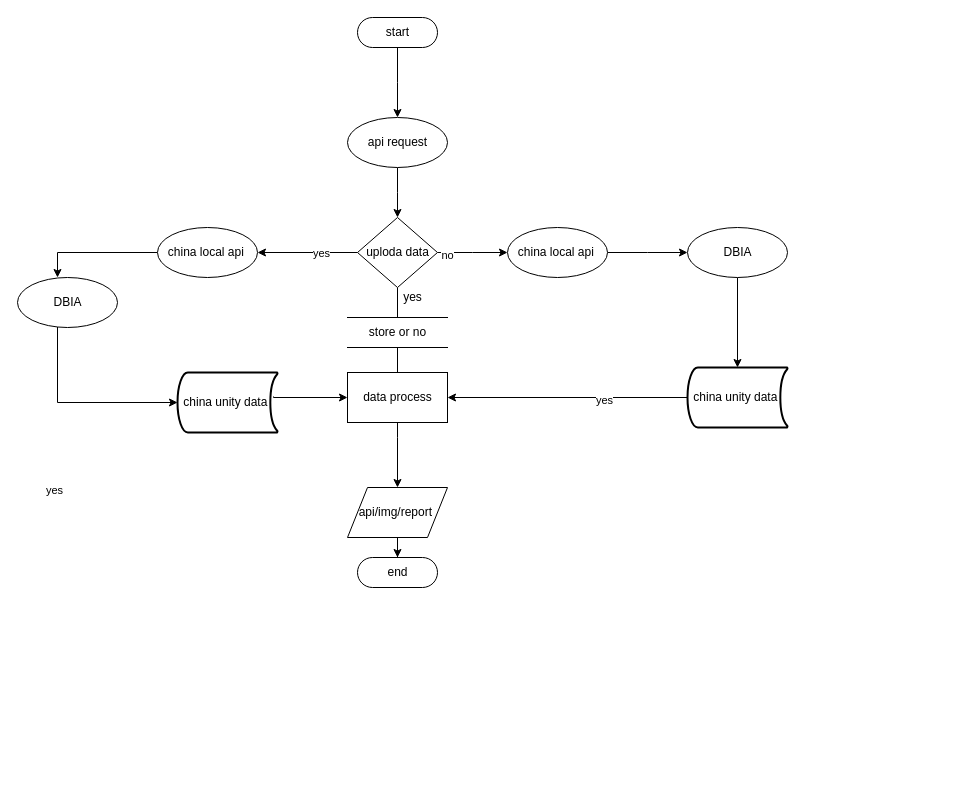
Before: data2.drawio in 780662833/file, a draw.io diagram. Source tidied: cells renumbered, new cells numbered last; positions are measured from the earlier drawing's top-left corner, leaving out a move shared by most shapes. Both pictures are drawn from the tidied source at 100%, with x=0, y=0 at pixel (17, 17).
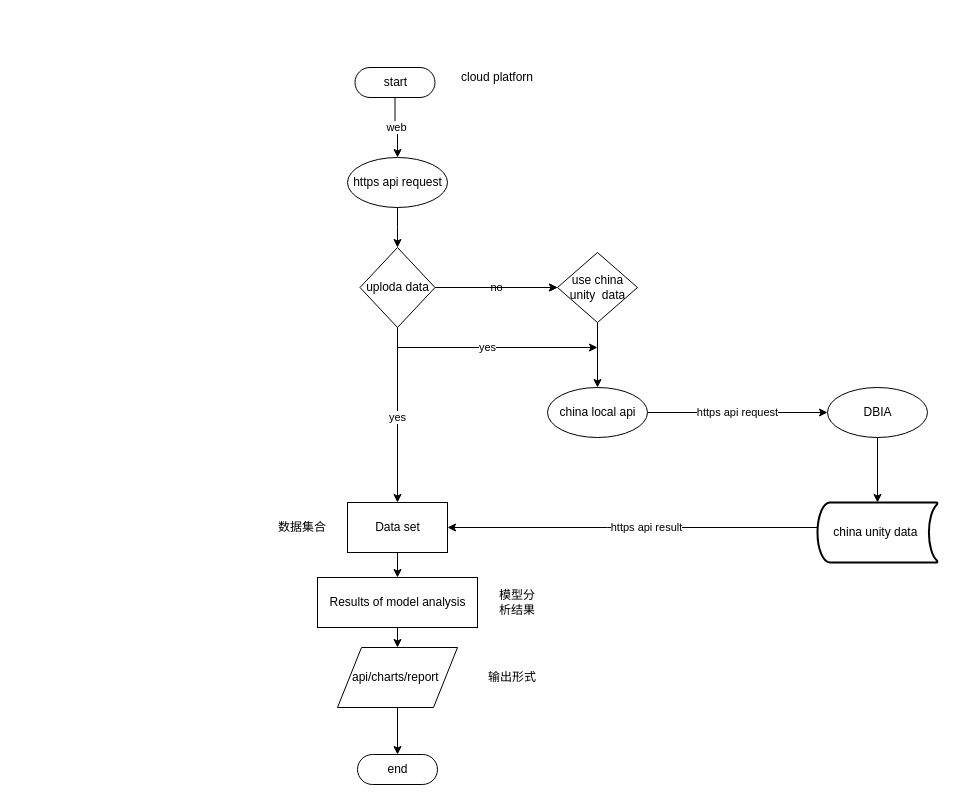
Above is the later version.

The edit, as a diff of the source:
```diff
@@
-    <mxCell id="2" style="edgeStyle=orthogonalEdgeStyle;rounded=0;jettySize=auto;html=1;" parent="1" edge="1" source="3">
-      <mxGeometry relative="1" as="geometry">
-        <mxPoint x="380" y="100" as="targetPoint" />
-      </mxGeometry>
+    <mxCell id="2" value="web" style="edgeStyle=orthogonalEdgeStyle;rounded=0;jettySize=auto;html=1;entryX=0.5;entryY=0;entryDx=0;entryDy=0;" parent="1" edge="1" source="3" target="5">
+      <mxGeometry relative="1" as="geometry" />
     </mxCell>
     <mxCell id="3" value="start" style="html=1;dashed=0;whitespace=wrap;shape=mxgraph.dfd.start;" parent="1" vertex="1">
-      <mxGeometry x="340" width="80" height="30" as="geometry" />
+      <mxGeometry x="337.5" y="50" width="80" height="30" as="geometry" />
     </mxCell>
-    <mxCell id="4" style="edgeStyle=orthogonalEdgeStyle;rounded=0;jettySize=auto;html=1;" parent="1" edge="1" source="5">
-      <mxGeometry relative="1" as="geometry">
-        <mxPoint x="380" y="200" as="targetPoint" />
-      </mxGeometry>
-    </mxCell>
+    <mxCell id="33" style="edgeStyle=orthogonalEdgeStyle;rounded=0;jettySize=auto;html=1;" parent="1" edge="1" source="5">
+      <mxGeometry relative="1" as="geometry">
+        <mxPoint x="380" y="230" as="targetPoint" />
+      </mxGeometry>
+    </mxCell>
-    <mxCell id="5" value="api request" style="shape=ellipse;html=1;dashed=0;whitespace=wrap;perimeter=ellipsePerimeter;" parent="1" vertex="1">
-      <mxGeometry x="330" y="100" width="100" height="50" as="geometry" />
+    <mxCell id="5" value="https api request" style="shape=ellipse;html=1;dashed=0;whitespace=wrap;perimeter=ellipsePerimeter;" parent="1" vertex="1">
+      <mxGeometry x="330" y="140" width="100" height="50" as="geometry" />
     </mxCell>
-    <mxCell id="6" style="edgeStyle=orthogonalEdgeStyle;rounded=0;jettySize=auto;html=1;" parent="1" edge="1" source="11">
-      <mxGeometry relative="1" as="geometry">
-        <mxPoint x="380" y="390" as="targetPoint" />
-      </mxGeometry>
-    </mxCell>
-    <mxCell id="7" style="edgeStyle=orthogonalEdgeStyle;rounded=0;jettySize=auto;html=1;" parent="1" edge="1" source="11">
-      <mxGeometry relative="1" as="geometry">
-        <mxPoint x="490" y="235" as="targetPoint" />
-      </mxGeometry>
-    </mxCell>
-    <mxCell id="8" value="no" style="edgeLabel;html=1;align=center;verticalAlign=middle;" parent="7" vertex="1">
-      <mxGeometry x="-0.74" y="-2" relative="1" as="geometry" />
+    <mxCell id="8" value="no" style="edgeStyle=orthogonalEdgeStyle;rounded=0;jettySize=auto;html=1;" parent="1" edge="1" source="11" target="40">
+      <mxGeometry relative="1" as="geometry">
+        <Array as="points">
+          <mxPoint x="440" y="270" />
+          <mxPoint x="440" y="270" />
+        </Array>
+      </mxGeometry>
     </mxCell>
-    <mxCell id="9" style="edgeStyle=orthogonalEdgeStyle;rounded=0;jettySize=auto;html=1;" parent="1" edge="1" source="11" target="26">
-      <mxGeometry relative="1" as="geometry" />
-    </mxCell>
-    <mxCell id="10" value="yes" style="edgeLabel;html=1;align=center;verticalAlign=middle;" parent="9" vertex="1">
-      <mxGeometry x="-0.26" relative="1" as="geometry" />
-    </mxCell>
+    <mxCell id="34" value="yes" style="edgeStyle=orthogonalEdgeStyle;rounded=0;jettySize=auto;html=1;entryX=0.5;entryY=0;entryDx=0;entryDy=0;" parent="1" edge="1" source="11" target="21">
+      <mxGeometry x="0.03" relative="1" as="geometry" />
+    </mxCell>
+    <mxCell id="35" value="yes" style="edgeStyle=orthogonalEdgeStyle;rounded=0;jettySize=auto;html=1;" parent="1" edge="1" source="11">
+      <mxGeometry relative="1" as="geometry">
+        <mxPoint x="580" y="330" as="targetPoint" />
+        <Array as="points">
+          <mxPoint x="380" y="330" />
+        </Array>
+      </mxGeometry>
+    </mxCell>
+    <mxCell id="36" style="edgeStyle=orthogonalEdgeStyle;rounded=0;jettySize=auto;html=1;" parent="1" edge="1" source="11" target="40">
+      <mxGeometry relative="1" as="geometry" />
+    </mxCell>
-    <mxCell id="11" value="uploda data" style="shape=rhombus;html=1;dashed=0;whitespace=wrap;perimeter=rhombusPerimeter;" parent="1" vertex="1">
-      <mxGeometry x="340" y="200" width="80" height="70" as="geometry" />
+    <mxCell id="11" value="uploda data" style="shape=rhombus;html=1;dashed=0;whitespace=wrap;perimeter=rhombusPerimeter;direction=south;" parent="1" vertex="1">
+      <mxGeometry x="342.5" y="230" width="75" height="80" as="geometry" />
     </mxCell>
-    <mxCell id="12" value="yes" style="text;html=1;align=center;verticalAlign=middle;" parent="1" vertex="1">
-      <mxGeometry x="380" y="270" width="30" height="20" as="geometry" />
-    </mxCell>
-    <mxCell id="13" style="edgeStyle=orthogonalEdgeStyle;rounded=0;jettySize=auto;html=1;" parent="1" edge="1" source="14">
-      <mxGeometry relative="1" as="geometry">
-        <mxPoint x="670" y="235" as="targetPoint" />
-      </mxGeometry>
-    </mxCell>
-    <mxCell id="14" value="china local api&amp;nbsp;" style="shape=ellipse;html=1;dashed=0;whitespace=wrap;perimeter=ellipsePerimeter;" parent="1" vertex="1">
-      <mxGeometry x="490" y="210" width="100" height="50" as="geometry" />
-    </mxCell>
@@
     <mxCell id="16" value="DBIA" style="shape=ellipse;html=1;dashed=0;whitespace=wrap;perimeter=ellipsePerimeter;" parent="1" vertex="1">
-      <mxGeometry x="670" y="210" width="100" height="50" as="geometry" />
+      <mxGeometry x="810" y="370" width="100" height="50" as="geometry" />
     </mxCell>
-    <mxCell id="17" style="edgeStyle=orthogonalEdgeStyle;rounded=0;jettySize=auto;html=1;entryX=1;entryY=0.5;entryDx=0;entryDy=0;" parent="1" edge="1" source="19" target="21">
-      <mxGeometry relative="1" as="geometry" />
+    <mxCell id="17" value="https api result" style="edgeStyle=orthogonalEdgeStyle;rounded=0;jettySize=auto;html=1;" parent="1" edge="1" source="19" target="21">
+      <mxGeometry x="0.03" y="-20" relative="1" as="geometry">
+        <Array as="points">
+          <mxPoint x="590" y="510" />
+          <mxPoint x="590" y="510" />
+        </Array>
+        <mxPoint x="20" y="20" as="offset" />
+      </mxGeometry>
     </mxCell>
-    <mxCell id="18" value="yes" style="edgeLabel;html=1;align=center;verticalAlign=middle;" parent="17" vertex="1">
-      <mxGeometry x="-0.3" y="2" relative="1" as="geometry" />
-    </mxCell>
     <mxCell id="19" value="china unity data&amp;nbsp;" style="strokeWidth=2;html=1;shape=mxgraph.flowchart.stored_data;whiteSpace=wrap;" parent="1" vertex="1">
-      <mxGeometry x="670" y="350" width="100" height="60" as="geometry" />
+      <mxGeometry x="800" y="485" width="120" height="60" as="geometry" />
     </mxCell>
-    <mxCell id="20" style="edgeStyle=orthogonalEdgeStyle;rounded=0;jettySize=auto;html=1;" parent="1" edge="1" source="21">
-      <mxGeometry relative="1" as="geometry">
-        <mxPoint x="380" y="470" as="targetPoint" />
-        <Array as="points">
-          <mxPoint x="380" y="420" />
-          <mxPoint x="380" y="420" />
-        </Array>
-      </mxGeometry>
-    </mxCell>
+    <mxCell id="37" style="edgeStyle=orthogonalEdgeStyle;rounded=0;jettySize=auto;html=1;" parent="1" edge="1" source="21">
+      <mxGeometry relative="1" as="geometry">
+        <mxPoint x="380" y="560" as="targetPoint" />
+      </mxGeometry>
+    </mxCell>
-    <mxCell id="21" value="data process" style="html=1;dashed=0;whitespace=wrap;" parent="1" vertex="1">
-      <mxGeometry x="330" y="355" width="100" height="50" as="geometry" />
+    <mxCell id="21" value="Data set" style="html=1;dashed=0;whitespace=wrap;" parent="1" vertex="1">
+      <mxGeometry x="330" y="485" width="100" height="50" as="geometry" />
     </mxCell>
     <mxCell id="22" style="edgeStyle=orthogonalEdgeStyle;rounded=0;jettySize=auto;html=1;entryX=0.5;entryY=0.5;entryDx=0;entryDy=-15;entryPerimeter=0;" parent="1" edge="1" source="23" target="24">
-      <mxGeometry relative="1" as="geometry" />
+      <mxGeometry relative="1" as="geometry">
+        <Array as="points">
+          <mxPoint x="380" y="690" />
+        </Array>
+      </mxGeometry>
     </mxCell>
-    <mxCell id="23" value="api/img/report&amp;nbsp;" style="shape=parallelogram;perimeter=parallelogramPerimeter;whiteSpace=wrap;html=1;dashed=0;" parent="1" vertex="1">
-      <mxGeometry x="330" y="470" width="100" height="50" as="geometry" />
+    <mxCell id="23" value="api/charts/report&amp;nbsp;" style="shape=parallelogram;perimeter=parallelogramPerimeter;whiteSpace=wrap;html=1;dashed=0;" parent="1" vertex="1">
+      <mxGeometry x="320" y="630" width="120" height="60" as="geometry" />
     </mxCell>
     <mxCell id="24" value="end" style="html=1;dashed=0;whitespace=wrap;shape=mxgraph.dfd.start;" parent="1" vertex="1">
-      <mxGeometry x="340" y="540" width="80" height="30" as="geometry" />
+      <mxGeometry x="340" y="737" width="80" height="30" as="geometry" />
     </mxCell>
-    <mxCell id="25" style="edgeStyle=orthogonalEdgeStyle;rounded=0;jettySize=auto;html=1;entryX=0.4;entryY=0;entryDx=0;entryDy=0;entryPerimeter=0;" parent="1" edge="1" source="26" target="28">
-      <mxGeometry relative="1" as="geometry" />
-    </mxCell>
-    <mxCell id="26" value="china local api&amp;nbsp;" style="shape=ellipse;html=1;dashed=0;whitespace=wrap;perimeter=ellipsePerimeter;" parent="1" vertex="1">
-      <mxGeometry x="140" y="210" width="100" height="50" as="geometry" />
-    </mxCell>
-    <mxCell id="27" style="edgeStyle=orthogonalEdgeStyle;rounded=0;jettySize=auto;html=1;entryX=0;entryY=0.5;entryDx=0;entryDy=0;entryPerimeter=0;" parent="1" edge="1" source="28" target="31">
-      <mxGeometry relative="1" as="geometry">
-        <Array as="points">
-          <mxPoint x="40" y="385" />
-        </Array>
-      </mxGeometry>
-    </mxCell>
-    <mxCell id="28" value="DBIA" style="shape=ellipse;html=1;dashed=0;whitespace=wrap;perimeter=ellipsePerimeter;" parent="1" vertex="1">
-      <mxGeometry y="260" width="100" height="50" as="geometry" />
-    </mxCell>
-    <mxCell id="29" value="yes" style="edgeLabel;html=1;align=center;verticalAlign=middle;" parent="1" vertex="1">
-      <mxGeometry x="36" y="472" as="geometry" />
-    </mxCell>
-    <mxCell id="30" style="edgeStyle=orthogonalEdgeStyle;rounded=0;jettySize=auto;html=1;exitX=0.96;exitY=0.4;exitDx=0;exitDy=0;exitPerimeter=0;entryX=0;entryY=0.5;entryDx=0;entryDy=0;" parent="1" edge="1" source="31" target="21">
-      <mxGeometry relative="1" as="geometry">
-        <Array as="points">
-          <mxPoint x="256" y="380" />
-        </Array>
-      </mxGeometry>
-    </mxCell>
-    <mxCell id="31" value="china unity data&amp;nbsp;" style="strokeWidth=2;html=1;shape=mxgraph.flowchart.stored_data;whiteSpace=wrap;" parent="1" vertex="1">
-      <mxGeometry x="160" y="355" width="100" height="60" as="geometry" />
-    </mxCell>
-    <mxCell id="32" value="store or no" style="html=1;dashed=0;whitespace=wrap;shape=partialRectangle;right=0;left=0;" parent="1" vertex="1">
-      <mxGeometry x="330" y="300" width="100" height="30" as="geometry" />
-    </mxCell>
+    <mxCell id="38" value="cloud platforn" style="text;html=1;strokeColor=none;fillColor=none;align=center;verticalAlign=middle;whiteSpace=wrap;rounded=0;" parent="1" vertex="1">
+      <mxGeometry x="440" y="50" width="80" height="20" as="geometry" />
+    </mxCell>
+    <mxCell id="39" style="edgeStyle=orthogonalEdgeStyle;rounded=0;jettySize=auto;html=1;exitX=0.5;exitY=1;exitDx=0;exitDy=0;entryX=0.5;entryY=0;entryDx=0;entryDy=0;" parent="1" edge="1" source="40" target="42">
+      <mxGeometry relative="1" as="geometry" />
+    </mxCell>
+    <mxCell id="40" value="use china&lt;br&gt;unity&amp;nbsp; data" style="shape=rhombus;html=1;dashed=0;whitespace=wrap;perimeter=rhombusPerimeter;" parent="1" vertex="1">
+      <mxGeometry x="540" y="235" width="80" height="70" as="geometry" />
+    </mxCell>
+    <mxCell id="41" value="https api request" style="edgeStyle=orthogonalEdgeStyle;rounded=0;jettySize=auto;html=1;entryX=0;entryY=0.5;entryDx=0;entryDy=0;" parent="1" edge="1" source="42" target="16">
+      <mxGeometry relative="1" as="geometry" />
+    </mxCell>
+    <mxCell id="42" value="china local api" style="shape=ellipse;html=1;dashed=0;whitespace=wrap;perimeter=ellipsePerimeter;" parent="1" vertex="1">
+      <mxGeometry x="530" y="370" width="100" height="50" as="geometry" />
+    </mxCell>
+    <mxCell id="43" style="edgeStyle=orthogonalEdgeStyle;rounded=0;jettySize=auto;html=1;exitX=0.5;exitY=1;exitDx=0;exitDy=0;entryX=0.5;entryY=0;entryDx=0;entryDy=0;" parent="1" edge="1" source="44" target="23">
+      <mxGeometry relative="1" as="geometry" />
+    </mxCell>
+    <mxCell id="44" value="Results of model analysis" style="html=1;dashed=0;whitespace=wrap;" parent="1" vertex="1">
+      <mxGeometry x="300" y="560" width="160" height="50" as="geometry" />
+    </mxCell>
+    <mxCell id="45" value="模型分析结果" style="text;html=1;strokeColor=none;fillColor=none;align=center;verticalAlign=middle;whiteSpace=wrap;rounded=0;" parent="1" vertex="1">
+      <mxGeometry x="480" y="575" width="40" height="20" as="geometry" />
+    </mxCell>
+    <mxCell id="46" value="数据集合" style="text;html=1;strokeColor=none;fillColor=none;align=center;verticalAlign=middle;whiteSpace=wrap;rounded=0;" parent="1" vertex="1">
+      <mxGeometry x="260" y="500" width="50" height="20" as="geometry" />
+    </mxCell>
+    <mxCell id="47" value="输出形式" style="text;html=1;strokeColor=none;fillColor=none;align=center;verticalAlign=middle;whiteSpace=wrap;rounded=0;" parent="1" vertex="1">
+      <mxGeometry x="470" y="650" width="50" height="20" as="geometry" />
+    </mxCell>
```
